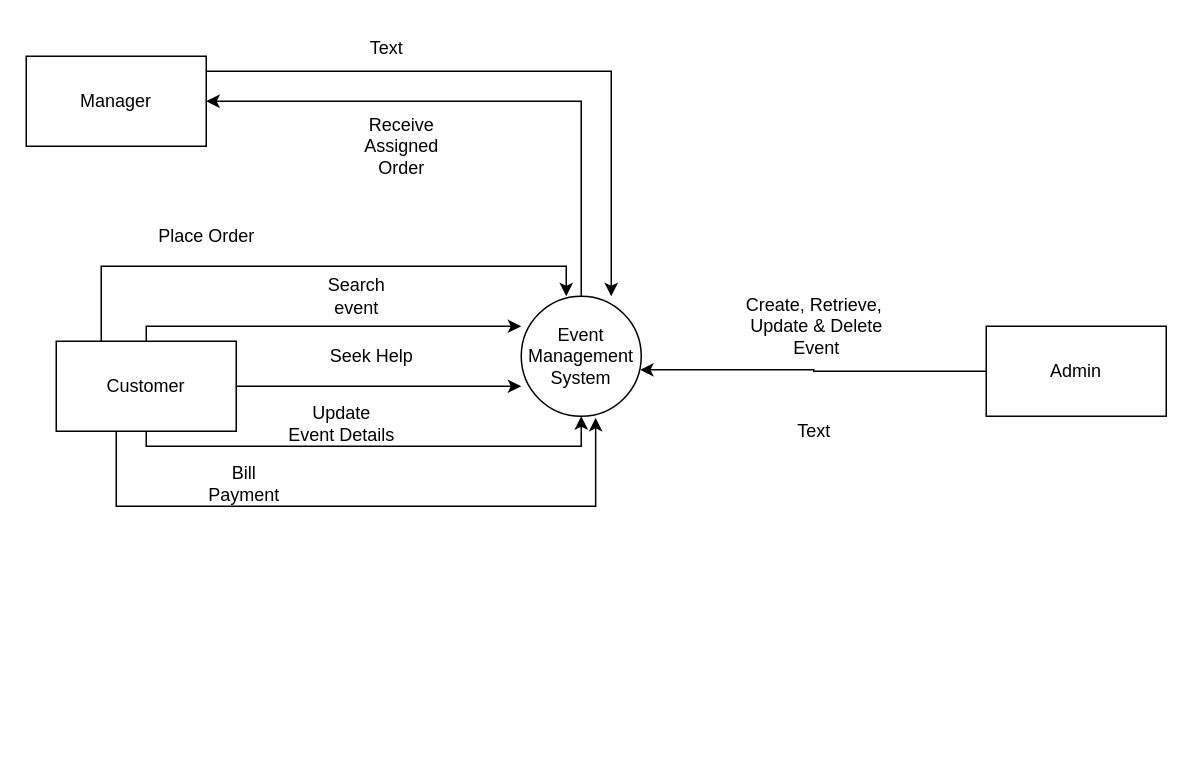
Above: Untitled Diagram.drawio in axif0/370_project (draw.io), before the change. Source tidied: cells renumbered, new cells numbered last; positions are measured from the earlier drawing's top-left corner, leaving out a move shared by most shapes. Both pictures are drawn from the tidied source at 150%, with x=0, y=0 at pixel (26, 26).
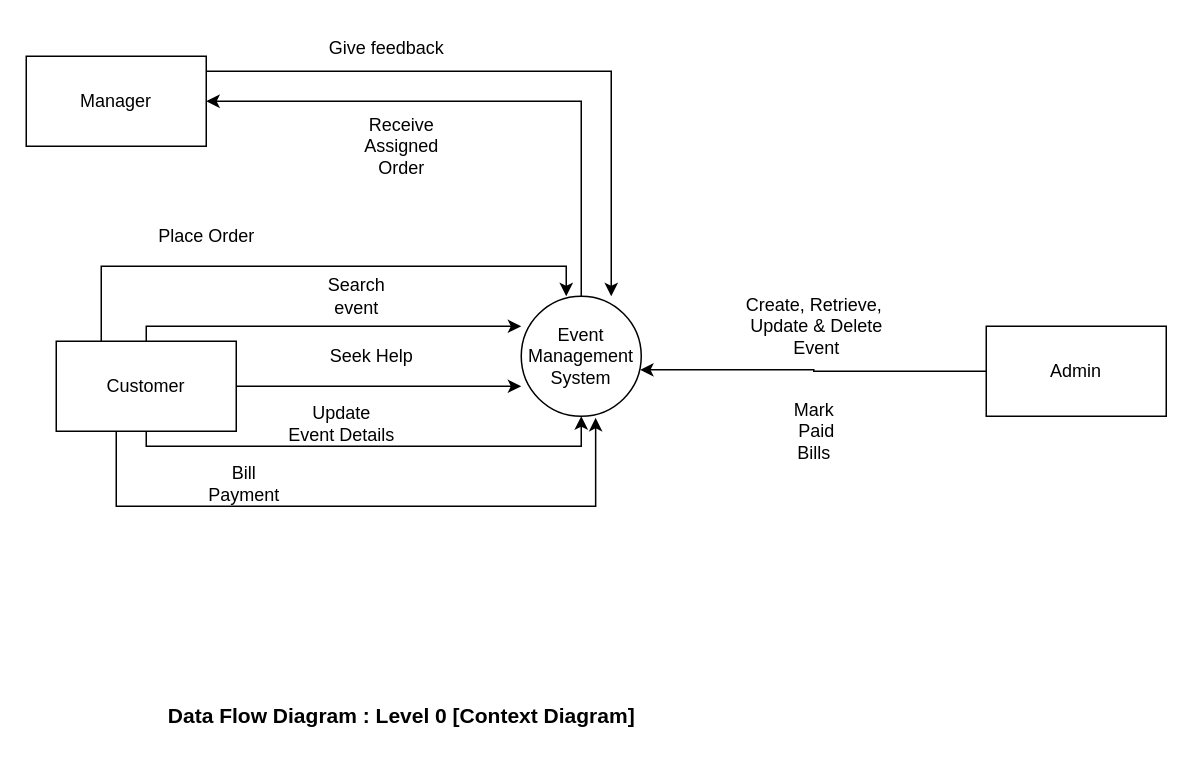
The same page after the edit.

Change to the diagram source:
```diff
@@
-    <mxCell id="13" value="Text" style="text;html=1;align=center;verticalAlign=middle;strokeColor=none;fillColor=none;" parent="1" vertex="1">
-      <mxGeometry x="500" y="255" width="50" height="30" as="geometry" />
+    <mxCell id="13" value="Mark&lt;br&gt;&amp;nbsp;Paid &lt;br&gt;Bills" style="text;html=1;align=center;verticalAlign=middle;strokeColor=none;fillColor=none;" parent="1" vertex="1">
+      <mxGeometry x="500" y="240" width="50" height="60" as="geometry" />
     </mxCell>
@@
-    <mxCell id="21" value="Text" style="text;html=1;align=center;verticalAlign=middle;strokeColor=none;fillColor=none;" parent="1" vertex="1">
-      <mxGeometry x="215" width="50" height="30" as="geometry" />
+    <mxCell id="21" value="Give feedback" style="text;html=1;align=center;verticalAlign=middle;strokeColor=none;fillColor=none;" parent="1" vertex="1">
+      <mxGeometry x="190" width="100" height="30" as="geometry" />
     </mxCell>
@@
+    <mxCell id="23" value="&lt;b&gt;&lt;font style=&quot;font-size: 14px;&quot;&gt;Data Flow Diagram : Level 0 [Context Diagram]&lt;br/&gt;&lt;/font&gt;&lt;/b&gt;" style="text;html=1;align=center;verticalAlign=middle;strokeColor=none;fillColor=none;" parent="1" vertex="1">
+      <mxGeometry x="85" y="445" width="330" height="30" as="geometry" />
+    </mxCell>
```
